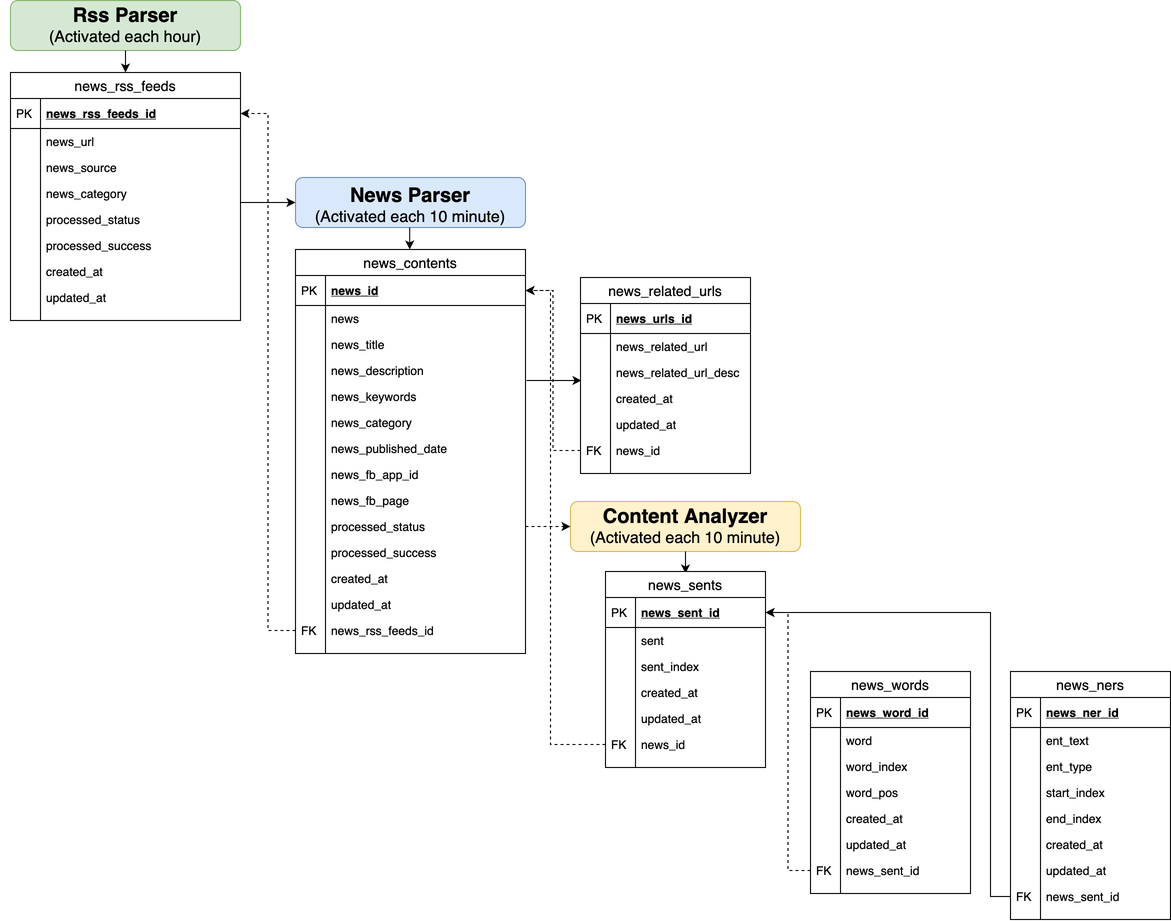
This is CHINESENLP.png from garyhsu29/chinese_nlp, a draw.io export, as it was before one commit. Source tidied: cells renumbered, new cells last; positions are measured from the earlier drawing's top-left corner, leaving out a move shared by most shapes.
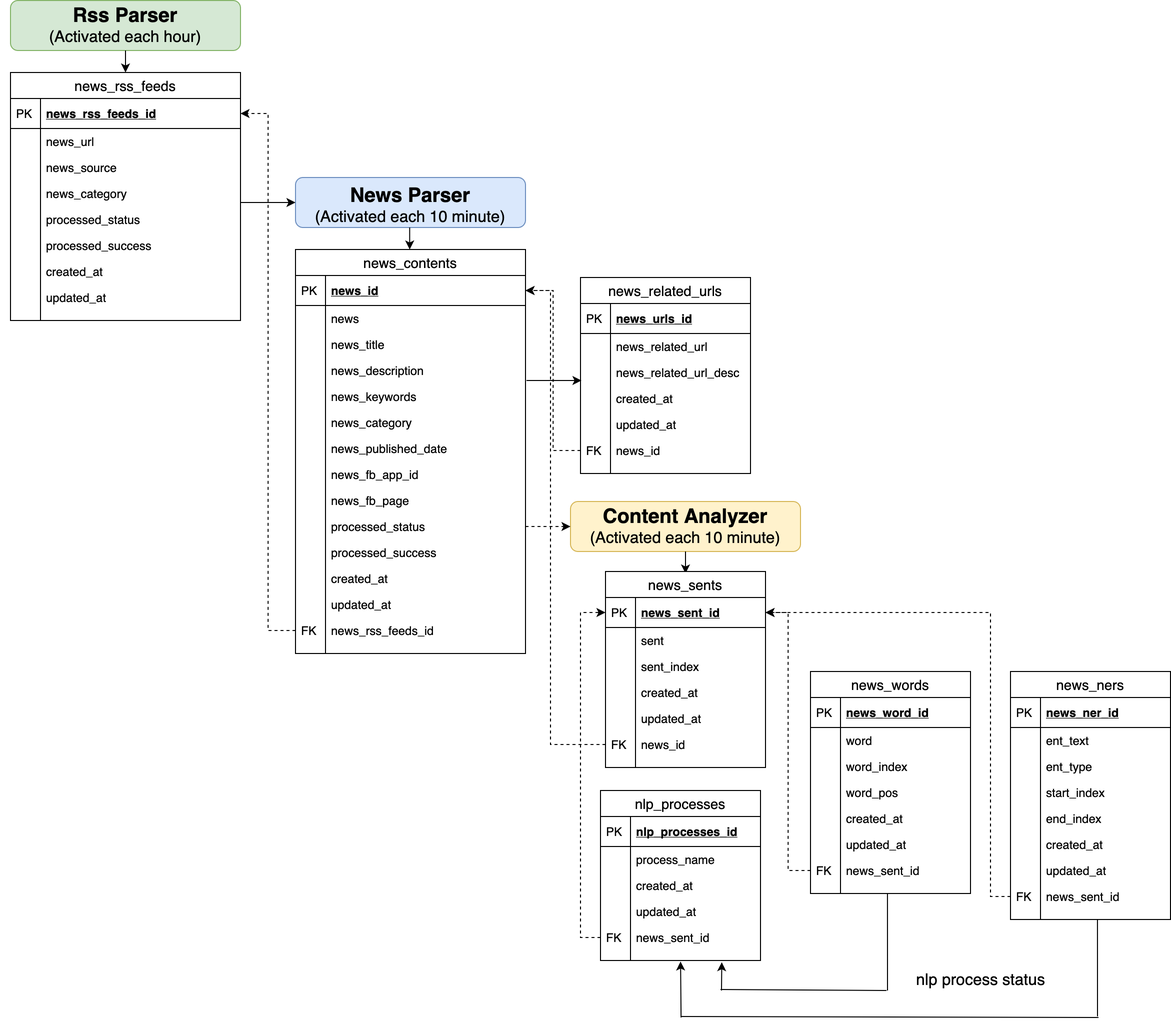
After the change.

Change to the diagram source:
```diff
@@ -417,7 +417,7 @@
     <mxCell id="134" style="shape=partialRectangle;top=0;left=0;bottom=0;fillColor=none;align=left;verticalAlign=top;spacingLeft=4;spacingRight=4;overflow=hidden;fontSize=12;" parent="133" vertex="1">
       <mxGeometry width="30" height="10" as="geometry" />
     </mxCell>
-    <mxCell id="135" style="edgeStyle=orthogonalEdgeStyle;rounded=0;jettySize=auto;html=1;exitX=0;exitY=0.5;exitDx=0;exitDy=0;entryX=1;entryY=0.5;entryDx=0;entryDy=0;fontSize=13;" parent="1" edge="1" source="131" target="85">
+    <mxCell id="135" style="edgeStyle=orthogonalEdgeStyle;rounded=0;jettySize=auto;html=1;exitX=0;exitY=0.5;exitDx=0;exitDy=0;entryX=1;entryY=0.5;entryDx=0;entryDy=0;fontSize=13;dashed=1;" parent="1" edge="1" source="131" target="85">
       <mxGeometry relative="1" as="geometry">
         <Array as="points">
           <mxPoint x="990" y="896" />
@@ -428,5 +428,84 @@
     <mxCell id="136" style="edgeStyle=orthogonalEdgeStyle;rounded=0;jettySize=auto;html=1;exitX=1;exitY=0.5;exitDx=0;exitDy=0;dashed=1;fontSize=13;" parent="1" edge="1" source="31" target="6">
       <mxGeometry relative="1" as="geometry" />
     </mxCell>
+    <mxCell id="137" value="nlp_processes" style="swimlane;fontStyle=0;horizontal=1;startSize=26;align=center;fontSize=14;" parent="1" vertex="1">
+      <mxGeometry x="600" y="790" width="160" height="170" as="geometry" />
+    </mxCell>
+    <mxCell id="138" value="nlp_processes_id" style="shape=partialRectangle;top=0;left=0;right=0;bottom=1;align=left;verticalAlign=middle;fillColor=none;spacingLeft=34;spacingRight=4;overflow=hidden;fontStyle=5;fontSize=12;" parent="137" vertex="1">
+      <mxGeometry y="26" width="160" height="30" as="geometry" />
+    </mxCell>
+    <mxCell id="139" value="PK" style="shape=partialRectangle;top=0;left=0;bottom=0;fillColor=none;align=left;verticalAlign=middle;spacingLeft=4;spacingRight=4;overflow=hidden;fontSize=12;" parent="138" vertex="1">
+      <mxGeometry width="30" height="30" as="geometry" />
+    </mxCell>
+    <mxCell id="140" value="process_name" style="shape=partialRectangle;top=0;left=0;right=0;bottom=0;align=left;verticalAlign=top;fillColor=none;spacingLeft=34;spacingRight=4;overflow=hidden;fontSize=12;" parent="137" vertex="1">
+      <mxGeometry y="56" width="160" height="26" as="geometry" />
+    </mxCell>
+    <mxCell id="141" style="shape=partialRectangle;top=0;left=0;bottom=0;fillColor=none;align=left;verticalAlign=top;spacingLeft=4;spacingRight=4;overflow=hidden;fontSize=12;" parent="140" vertex="1">
+      <mxGeometry width="30" height="26" as="geometry" />
+    </mxCell>
+    <mxCell id="142" value="created_at" style="shape=partialRectangle;top=0;left=0;right=0;bottom=0;align=left;verticalAlign=top;fillColor=none;spacingLeft=34;spacingRight=4;overflow=hidden;fontSize=12;" parent="137" vertex="1">
+      <mxGeometry y="82" width="160" height="26" as="geometry" />
+    </mxCell>
+    <mxCell id="143" style="shape=partialRectangle;top=0;left=0;bottom=0;fillColor=none;align=left;verticalAlign=top;spacingLeft=4;spacingRight=4;overflow=hidden;fontSize=12;" parent="142" vertex="1">
+      <mxGeometry width="30" height="26" as="geometry" />
+    </mxCell>
+    <mxCell id="144" value="updated_at" style="shape=partialRectangle;top=0;left=0;right=0;bottom=0;align=left;verticalAlign=top;fillColor=none;spacingLeft=34;spacingRight=4;overflow=hidden;fontSize=12;" parent="137" vertex="1">
+      <mxGeometry y="108" width="160" height="26" as="geometry" />
+    </mxCell>
+    <mxCell id="145" style="shape=partialRectangle;top=0;left=0;bottom=0;fillColor=none;align=left;verticalAlign=top;spacingLeft=4;spacingRight=4;overflow=hidden;fontSize=12;" parent="144" vertex="1">
+      <mxGeometry width="30" height="26" as="geometry" />
+    </mxCell>
+    <mxCell id="146" value="news_sent_id" style="shape=partialRectangle;top=0;left=0;right=0;bottom=0;align=left;verticalAlign=top;fillColor=none;spacingLeft=34;spacingRight=4;overflow=hidden;points=[[0,0.5],[1,0.5]];portConstraint=eastwest;fontSize=12;" parent="137" vertex="1">
+      <mxGeometry y="134" width="160" height="26" as="geometry" />
+    </mxCell>
+    <mxCell id="147" value="FK" style="shape=partialRectangle;top=0;left=0;bottom=0;fillColor=none;align=left;verticalAlign=top;spacingLeft=4;spacingRight=4;overflow=hidden;fontSize=12;" parent="146" vertex="1">
+      <mxGeometry width="30" height="26" as="geometry" />
+    </mxCell>
+    <mxCell id="148" style="endArrow=none;html=1;fontSize=13;" parent="137" edge="1">
+      <mxGeometry relative="1" as="geometry">
+        <mxPoint x="120" y="199" as="sourcePoint" />
+        <mxPoint x="286" y="200" as="targetPoint" />
+      </mxGeometry>
+    </mxCell>
+    <mxCell id="149" style="shape=partialRectangle;top=0;left=0;right=0;bottom=0;align=left;verticalAlign=top;fillColor=none;spacingLeft=34;spacingRight=4;overflow=hidden;points=[[0,0.5],[1,0.5]];portConstraint=eastwest;fontSize=12;" parent="137" vertex="1">
+      <mxGeometry y="160" width="160" height="10" as="geometry" />
+    </mxCell>
+    <mxCell id="150" style="shape=partialRectangle;top=0;left=0;bottom=0;fillColor=none;align=left;verticalAlign=top;spacingLeft=4;spacingRight=4;overflow=hidden;fontSize=12;" parent="149" vertex="1">
+      <mxGeometry width="30" height="10" as="geometry" />
+    </mxCell>
+    <mxCell id="151" style="edgeStyle=orthogonalEdgeStyle;rounded=0;jettySize=auto;html=1;exitX=0;exitY=0.5;exitDx=0;exitDy=0;entryX=0;entryY=0.5;entryDx=0;entryDy=0;dashed=1;fontSize=13;" parent="1" edge="1" source="146" target="85">
+      <mxGeometry relative="1" as="geometry" />
+    </mxCell>
+    <mxCell id="152" style="endArrow=none;html=1;fontSize=13;entryX=0.481;entryY=1.014;entryDx=0;entryDy=0;entryPerimeter=0;" parent="1" edge="1" target="114">
+      <mxGeometry relative="1" as="geometry">
+        <mxPoint x="887" y="990" as="sourcePoint" />
+      </mxGeometry>
+    </mxCell>
+    <mxCell id="153" style="endArrow=classic;html=1;fontSize=13;entryX=0.758;entryY=1.171;entryDx=0;entryDy=0;entryPerimeter=0;" parent="1" edge="1" target="149">
+      <mxGeometry relative="1" as="geometry">
+        <mxPoint x="721" y="990" as="sourcePoint" />
+      </mxGeometry>
+    </mxCell>
+    <mxCell id="154" style="endArrow=none;html=1;fontSize=13;" parent="1" edge="1">
+      <mxGeometry relative="1" as="geometry">
+        <mxPoint x="681" y="1016" as="sourcePoint" />
+        <mxPoint x="1098" y="1017" as="targetPoint" />
+      </mxGeometry>
+    </mxCell>
+    <mxCell id="155" style="endArrow=none;html=1;fontSize=13;entryX=0.481;entryY=1.014;entryDx=0;entryDy=0;entryPerimeter=0;" parent="1" edge="1">
+      <mxGeometry relative="1" as="geometry">
+        <mxPoint x="1097" y="1015.9" as="sourcePoint" />
+        <mxPoint x="1097" y="919" as="targetPoint" />
+      </mxGeometry>
+    </mxCell>
+    <mxCell id="156" style="endArrow=classic;html=1;fontSize=13;" parent="1" edge="1">
+      <mxGeometry relative="1" as="geometry">
+        <mxPoint x="680.6" y="1017" as="sourcePoint" />
+        <mxPoint x="680" y="961" as="targetPoint" />
+      </mxGeometry>
+    </mxCell>
+    <mxCell id="157" value="&lt;font style=&quot;font-size: 16px&quot;&gt;nlp process status&lt;/font&gt;" style="text;html=1;align=center;verticalAlign=middle;fontSize=13;" parent="1" vertex="1">
+      <mxGeometry x="910" y="970" width="140" height="20" as="geometry" />
+    </mxCell>
   </root>
 </mxGraphModel>
```
